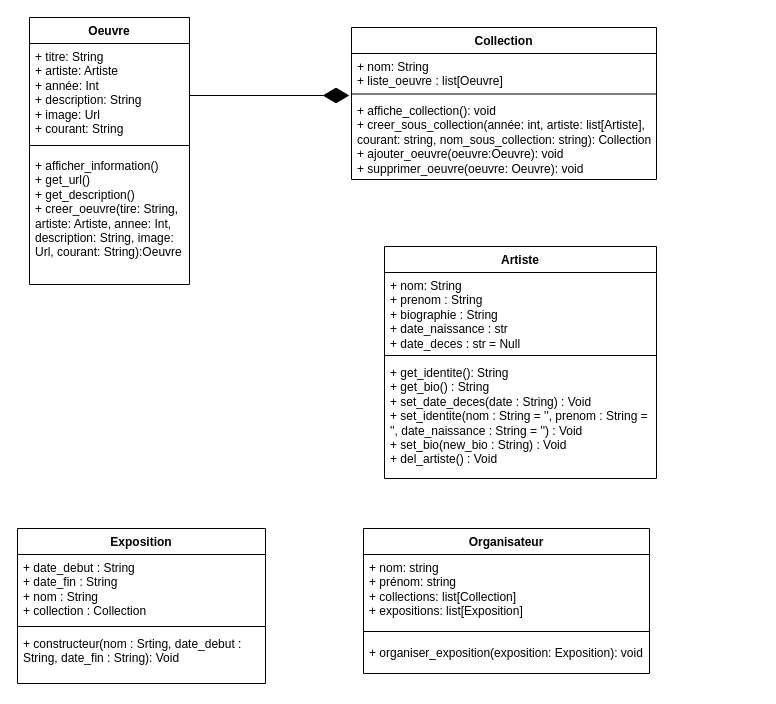
Earlier version of the draw.io diagram artefile_uml.drawio (akbarNz/projet_dev_ba2). Source tidied: cells renumbered, new cells numbered last; positions are measured from the earlier drawing's top-left corner, leaving out a move shared by most shapes. Both pictures are drawn from the tidied source at 100%, with x=0, y=0 at pixel (17, 17).
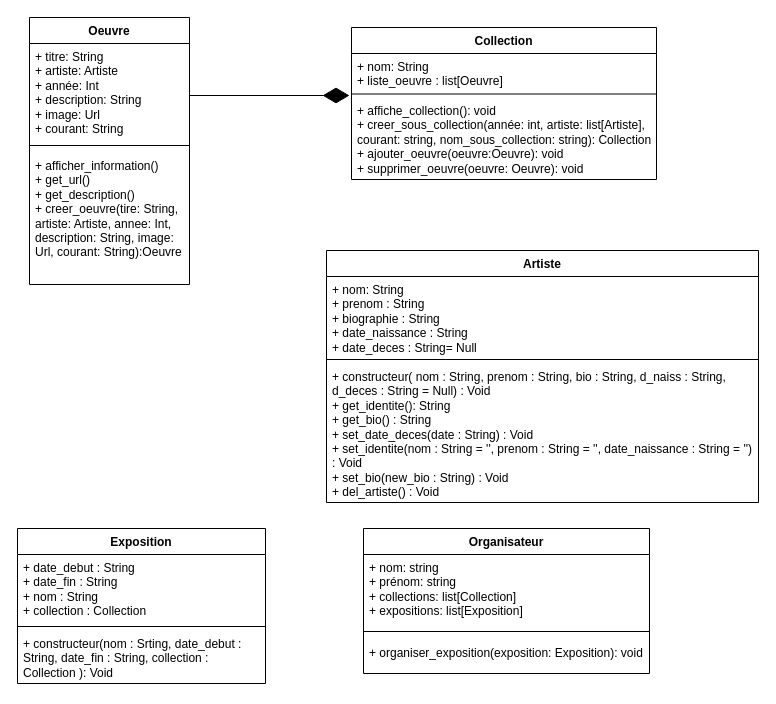
The same page after the edit.

The change refers to these unchanged cells:
```xml
<mxCell id="15" value="Exposition" style="swimlane;fontStyle=1;align=center;verticalAlign=top;horizontal=1;startSize=26;whiteSpace=wrap;html=1;" parent="1" vertex="1">
  <mxGeometry y="511" width="248" height="155" as="geometry" />
</mxCell>
```

Change to the diagram source:
```diff
@@
     <mxCell id="6" value="Artiste" style="swimlane;fontStyle=1;align=center;verticalAlign=top;horizontal=1;startSize=26;whiteSpace=wrap;html=1;" parent="1" vertex="1">
-      <mxGeometry x="367" y="229" width="272" height="232" as="geometry" />
+      <mxGeometry x="309" y="233" width="432" height="252" as="geometry" />
     </mxCell>
-    <mxCell id="7" value="&lt;div&gt;+ nom: String&lt;/div&gt;&lt;div&gt;+ prenom : String&lt;/div&gt;&lt;div&gt;+ biographie : String&lt;/div&gt;&lt;div&gt;+ date_naissance : str&lt;/div&gt;&lt;div&gt;+ date_deces : str = Null&lt;br&gt;&lt;/div&gt;&lt;div&gt;&lt;br&gt;&lt;/div&gt;" style="text;strokeColor=none;fillColor=none;align=left;verticalAlign=top;spacingLeft=4;spacingRight=4;overflow=hidden;whiteSpace=wrap;html=1;" parent="6" vertex="1">
-      <mxGeometry y="26" width="272" height="79" as="geometry" />
+    <mxCell id="7" value="&lt;div&gt;+ nom: String&lt;/div&gt;&lt;div&gt;+ prenom : String&lt;/div&gt;&lt;div&gt;+ biographie : String&lt;/div&gt;&lt;div&gt;+ date_naissance : String&lt;/div&gt;&lt;div&gt;+ date_deces : String= Null&lt;br&gt;&lt;/div&gt;&lt;div&gt;&lt;br&gt;&lt;/div&gt;" style="text;strokeColor=none;fillColor=none;align=left;verticalAlign=top;spacingLeft=4;spacingRight=4;overflow=hidden;whiteSpace=wrap;html=1;" parent="6" vertex="1">
+      <mxGeometry y="26" width="432" height="79" as="geometry" />
     </mxCell>
     <mxCell id="8" style="line;strokeWidth=1;fillColor=none;align=left;verticalAlign=middle;spacingTop=-1;spacingLeft=3;spacingRight=3;labelPosition=right;strokeColor=inherit;" parent="6" vertex="1">
-      <mxGeometry y="105" width="272" height="8" as="geometry" />
+      <mxGeometry y="105" width="432" height="8" as="geometry" />
     </mxCell>
-    <mxCell id="9" value="&lt;div&gt;+ get_identite(): String&lt;/div&gt;&lt;div&gt;+ get_bio() : String&lt;/div&gt;&lt;div&gt;+ set_date_deces(date : String) : Void&lt;/div&gt;&lt;div&gt;+ set_identite(nom : String = '', prenom : String = '', date_naissance : String = '') : Void&lt;/div&gt;&lt;div&gt;+ set_bio(new_bio : String) : Void&lt;/div&gt;&lt;div&gt;+ del_artiste() : Void&lt;br&gt;&lt;/div&gt;&lt;div&gt;&amp;nbsp;&lt;br&gt;&lt;/div&gt;" style="text;strokeColor=none;fillColor=none;align=left;verticalAlign=top;spacingLeft=4;spacingRight=4;overflow=hidden;whiteSpace=wrap;html=1;" parent="6" vertex="1">
-      <mxGeometry y="113" width="272" height="119" as="geometry" />
+    <mxCell id="9" value="&lt;div&gt;+ constructeur( nom : String, prenom : String, bio : String, d_naiss : String, d_deces : String = Null) : Void&lt;br&gt;&lt;/div&gt;&lt;div&gt;+ get_identite(): String&lt;/div&gt;&lt;div&gt;+ get_bio() : String&lt;/div&gt;&lt;div&gt;+ set_date_deces(date : String) : Void&lt;/div&gt;&lt;div&gt;+ set_identite(nom : String = '', prenom : String = '', date_naissance : String = '') : Void&lt;/div&gt;&lt;div&gt;+ set_bio(new_bio : String) : Void&lt;/div&gt;&lt;div&gt;+ del_artiste() : Void&lt;br&gt;&lt;/div&gt;&lt;div&gt;&amp;nbsp;&lt;br&gt;&lt;/div&gt;" style="text;strokeColor=none;fillColor=none;align=left;verticalAlign=top;spacingLeft=4;spacingRight=4;overflow=hidden;whiteSpace=wrap;html=1;" parent="6" vertex="1">
+      <mxGeometry y="113" width="432" height="139" as="geometry" />
     </mxCell>
@@
-    <mxCell id="18" value="&lt;div&gt;+ constructeur(nom : Srting, date_debut : String, date_fin : String): Void&lt;/div&gt;&lt;div&gt;&lt;br&gt;&lt;/div&gt;" style="text;strokeColor=none;fillColor=none;align=left;verticalAlign=top;spacingLeft=4;spacingRight=4;overflow=hidden;whiteSpace=wrap;html=1;" parent="15" vertex="1">
+    <mxCell id="18" value="&lt;div&gt;+ constructeur(nom : Srting, date_debut : String, date_fin : String, collection : Collection ): Void&lt;/div&gt;&lt;div&gt;&lt;br&gt;&lt;/div&gt;&lt;div&gt;&lt;br&gt;&lt;/div&gt;" style="text;strokeColor=none;fillColor=none;align=left;verticalAlign=top;spacingLeft=4;spacingRight=4;overflow=hidden;whiteSpace=wrap;html=1;" parent="15" vertex="1">
       <mxGeometry y="102" width="248" height="53" as="geometry" />
     </mxCell>
```
